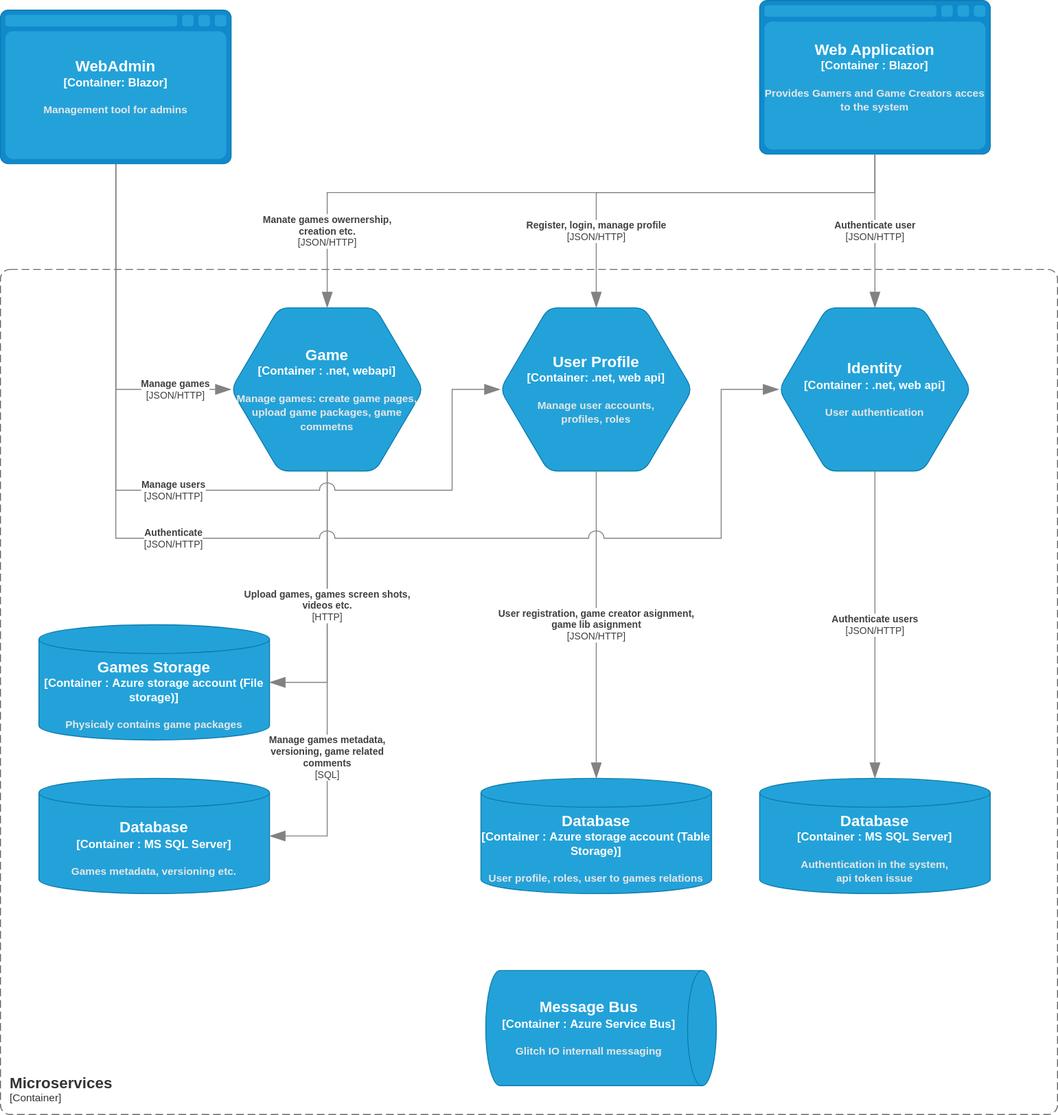
The draw.io diagram docs/glich-io-container-diagram-microservices.drawio.svg in iivchenko/glitch-io, before a commit. Source tidied: cells renumbered, new cells last; positions are measured from the earlier drawing's top-left corner, leaving out a move shared by most shapes.
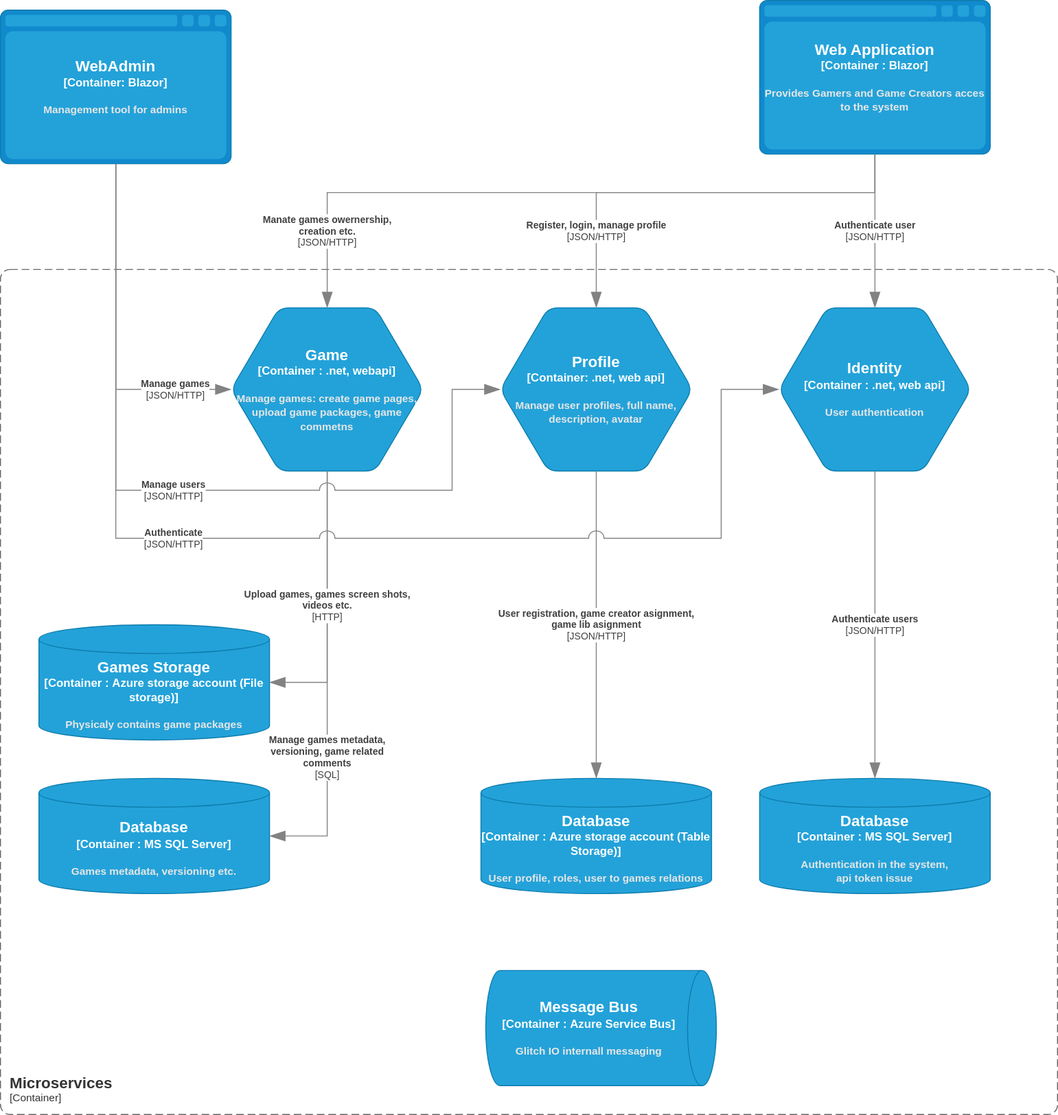
After the commit.

The edit, as a diff of the source:
```diff
@@ -12,7 +12,7 @@
         <mxGeometry x="240" y="320" width="200" height="170" as="geometry" />
       </mxCell>
     </object>
-    <object id="4" label="&lt;font style=&quot;font-size: 16px&quot;&gt;&lt;b&gt;%c4Type%&lt;/font&gt;&lt;div&gt;[%c4Container%:&amp;nbsp;%c4Technology%]&lt;/div&gt;&lt;br&gt;&lt;div&gt;&lt;font style=&quot;font-size: 11px&quot;&gt;&lt;font color=&quot;#E6E6E6&quot;&gt;%c4Description%&lt;/font&gt;&lt;/div&gt;" c4Container="Container" c4Description="Manage user accounts, &#10;profiles, roles" c4Technology=".net, web api" c4Type="User Profile" placeholders="1">
+    <object id="4" label="&lt;font style=&quot;font-size: 16px&quot;&gt;&lt;b&gt;%c4Type%&lt;/font&gt;&lt;div&gt;[%c4Container%:&amp;nbsp;%c4Technology%]&lt;/div&gt;&lt;br&gt;&lt;div&gt;&lt;font style=&quot;font-size: 11px&quot;&gt;&lt;font color=&quot;#E6E6E6&quot;&gt;%c4Description%&lt;/font&gt;&lt;/div&gt;" c4Container="Container" c4Description="Manage user profiles, full name, description, avatar" c4Technology=".net, web api" c4Type="Profile" placeholders="1">
       <mxCell style="shape=hexagon;size=50;perimeter=hexagonPerimeter2;whiteSpace=wrap;html=1;fixedSize=1;rounded=1;labelBackgroundColor=none;fillColor=#23A2D9;fontSize=12;fontColor=#ffffff;align=center;strokeColor=#0E7DAD;points=[[0.5,0,0],[1,0.25,0],[1,0.5,0],[1,0.75,0],[0.5,1,0],[0,0.75,0],[0,0.5,0],[0,0.25,0]];" parent="1" vertex="1">
         <mxGeometry x="520" y="320" width="200" height="170" as="geometry" />
       </mxCell>
```
